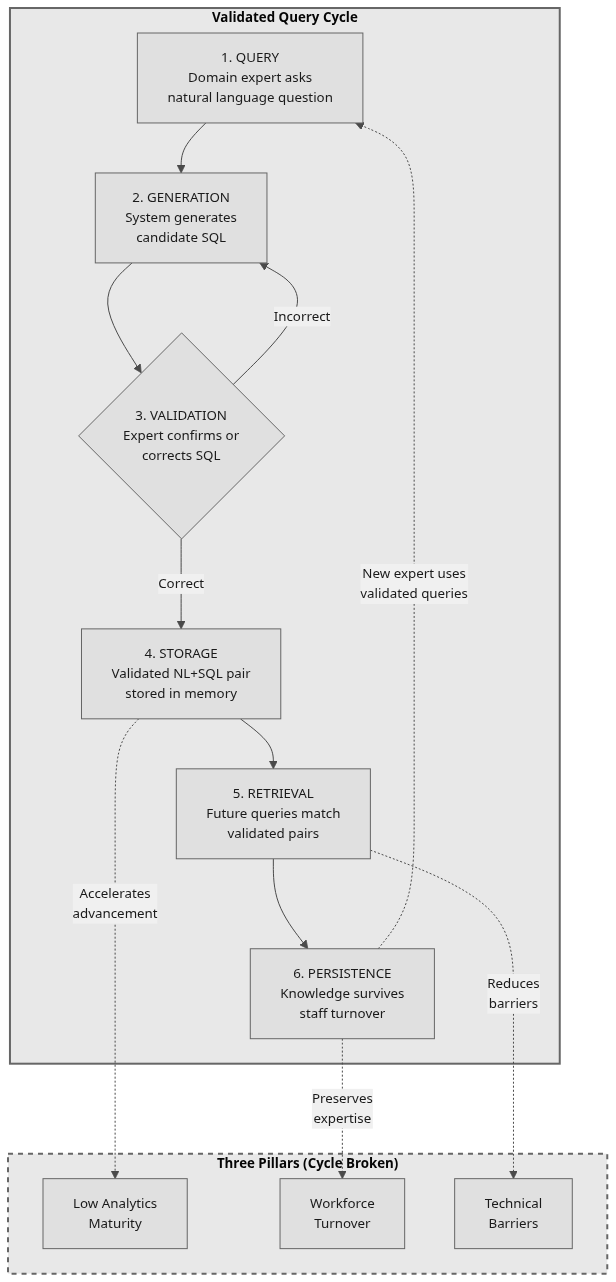
Earlier version of the Mermaid export figures/knowledge-cycle.mmd.png (stharrold/yuimedi-paper-20250901). Its source is kept beside it as figures/knowledge-cycle.mmd.
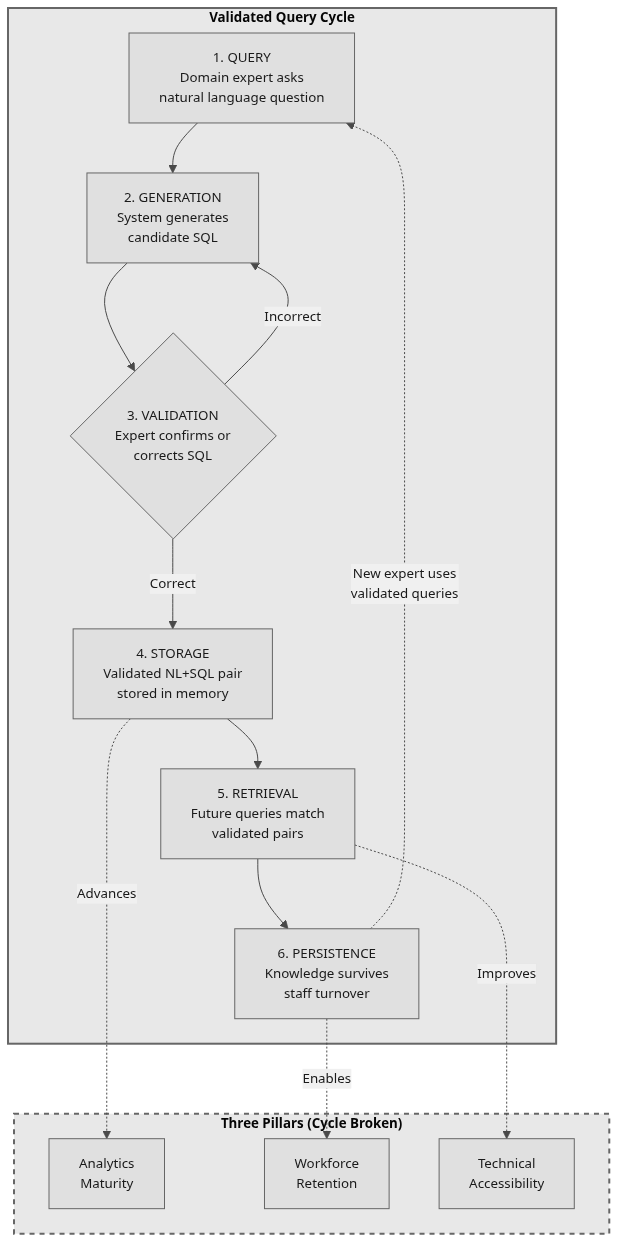
The same file after the commit.

Commit message:
style(figures): reframe pillars as advancement goals

What changed in the source:
```diff
@@ -11,9 +11,9 @@
     end
 
     subgraph PILLARS["<b>Three Pillars (Cycle Broken)</b>"]
-        M["Low Analytics<br/>Maturity"]
-        T["Workforce<br/>Turnover"]
-        B["Technical<br/>Barriers"]
+        M["Analytics<br/>Maturity"]
+        T["Workforce<br/>Retention"]
+        B["Technical<br/>Accessibility"]
     end
 
     Q --> G
@@ -24,9 +24,9 @@
     R --> P
     P -.->|"New expert uses<br/>validated queries"| Q
 
-    S -.->|"Accelerates<br/>advancement"| M
-    P -.->|"Preserves<br/>expertise"| T
-    R -.->|"Reduces<br/>barriers"| B
+    S -.->|"Advances"| M
+    P -.->|"Enables"| T
+    R -.->|"Improves"| B
 
     style CYCLE fill:#e8e8e8,stroke:#666,stroke-width:2px
     style PILLARS fill:#e8e8e8,stroke:#666,stroke-width:2px,stroke-dasharray:5 5
```
